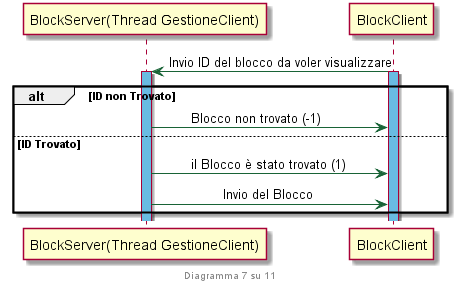
This is SequenceDiagram/schema7.png from antdimarino/Computer-Networks-BlockChain, a PlantUML export, as it was before one commit.
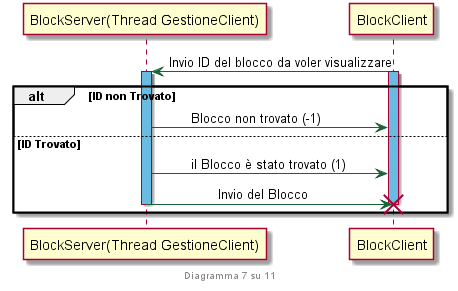
After the commit.

Change to the diagram source:
```diff
@@ -18,6 +18,7 @@
 else ID Trovato
 
 	"BlockServer(Thread GestioneClient)" -> BlockClient: \til Blocco è stato trovato (1)
-	"BlockServer(Thread GestioneClient)" -> BlockClient: \t\tInvio del Blocco
+	"BlockServer(Thread GestioneClient)" -> BlockClient !: \t\tInvio del Blocco
+	deactivate "BlockServer(Thread GestioneClient)"
 end
 @enduml
```
